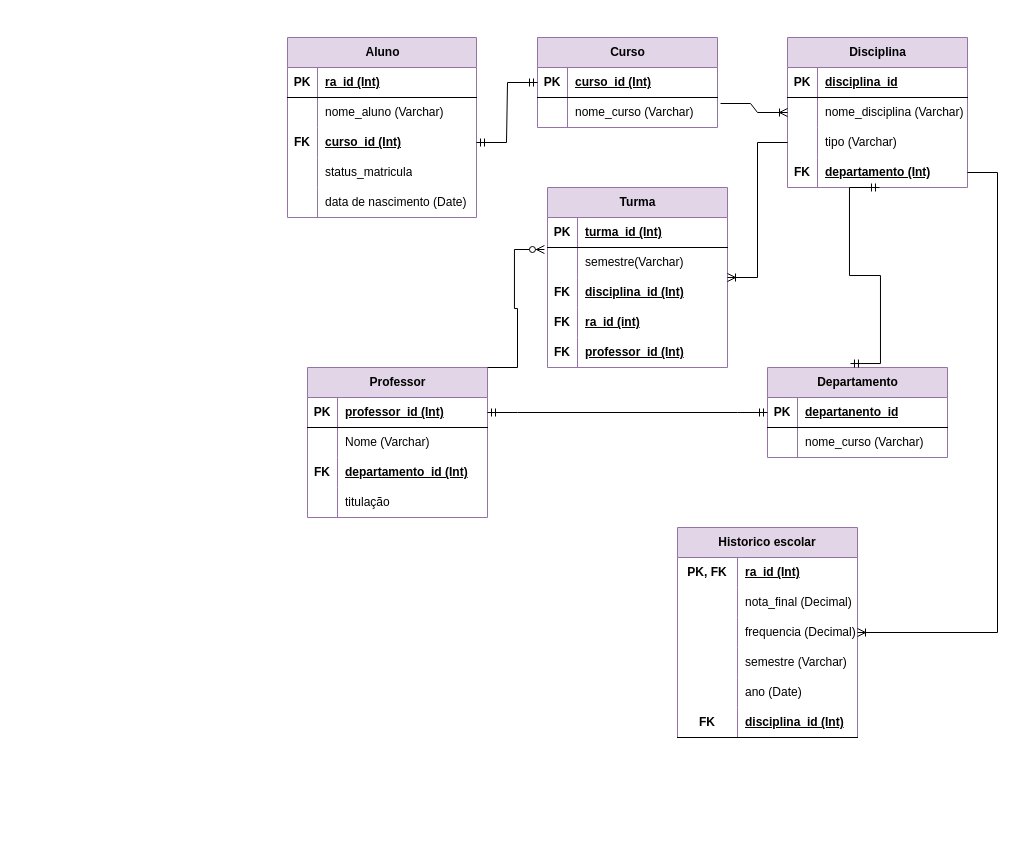
Before: faculdadebd.drawio in Laraewellen/Banco-de-dados-teste, a draw.io diagram. Source tidied: cells renumbered, new cells numbered last; positions are measured from the earlier drawing's top-left corner, leaving out a move shared by most shapes. Both pictures are drawn from the tidied source at 100%, with x=0, y=0 at pixel (287, 37).
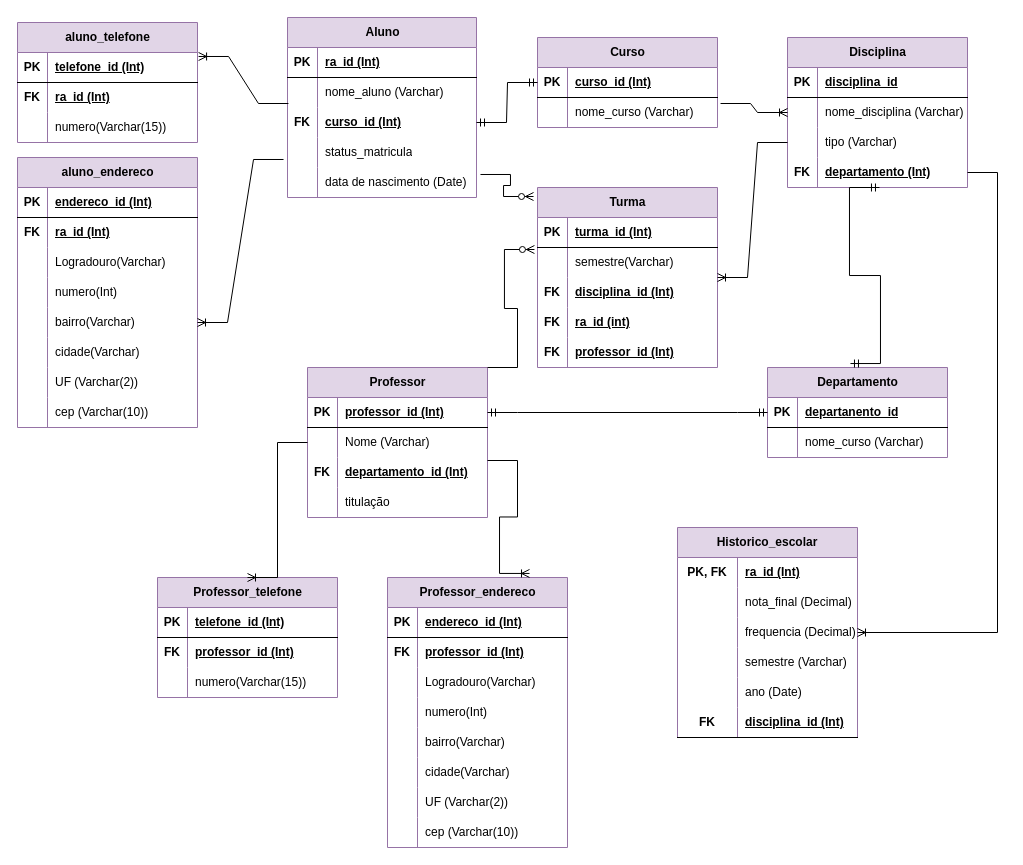
After the change.

Unchanged cells that the change refers to:
```xml
<mxCell id="9" style="shape=tableRow;horizontal=0;startSize=0;swimlaneHead=0;swimlaneBody=0;fillColor=none;points=[[0,0.5],[1,0.5]];portConstraint=eastwest;top=0;left=0;right=0;bottom=0;" parent="2" vertex="1">
  <mxGeometry y="90" width="189" height="30" as="geometry" />
</mxCell>
<mxCell id="12" style="shape=tableRow;horizontal=0;startSize=0;swimlaneHead=0;swimlaneBody=0;fillColor=none;points=[[0,0.5],[1,0.5]];portConstraint=eastwest;top=0;left=0;right=0;bottom=0;" parent="2" vertex="1">
  <mxGeometry y="120" width="189" height="30" as="geometry" />
</mxCell>
<mxCell id="15" style="shape=tableRow;horizontal=0;startSize=0;swimlaneHead=0;swimlaneBody=0;fillColor=none;points=[[0,0.5],[1,0.5]];portConstraint=eastwest;top=0;left=0;right=0;bottom=0;" parent="2" vertex="1">
  <mxGeometry y="150" width="189" height="30" as="geometry" />
</mxCell>
<mxCell id="68" style="shape=tableRow;horizontal=0;startSize=0;swimlaneHead=0;swimlaneBody=0;fillColor=none;points=[[0,0.5],[1,0.5]];portConstraint=eastwest;top=0;left=0;right=0;bottom=0;" parent="64" vertex="1">
  <mxGeometry y="60" width="180" height="30" as="geometry" />
</mxCell>
<mxCell id="71" style="shape=tableRow;horizontal=0;startSize=0;swimlaneHead=0;swimlaneBody=0;fillColor=none;points=[[0,0.5],[1,0.5]];portConstraint=eastwest;top=0;left=0;right=0;bottom=0;" parent="64" vertex="1">
  <mxGeometry y="90" width="180" height="30" as="geometry" />
</mxCell>
```

Change to the diagram source:
```diff
@@
     <mxCell id="2" value="Aluno" style="shape=table;startSize=30;childLayout=tableLayout;rowLines=0;fontStyle=1;align=center;html=1;fillColor=#e1d5e7;strokeColor=#9673a6;" parent="1" vertex="1">
-      <mxGeometry width="189" height="180" as="geometry" />
+      <mxGeometry y="-20" width="189" height="180" as="geometry" />
     </mxCell>
@@
-    <mxCell id="38" value="Historico escolar" style="shape=table;startSize=30;childLayout=tableLayout;rowLines=0;fontStyle=1;align=center;html=1;whiteSpace=wrap;fillColor=#e1d5e7;strokeColor=#9673a6;" parent="1" vertex="1">
+    <mxCell id="38" value="Historico_escolar" style="shape=table;startSize=30;childLayout=tableLayout;rowLines=0;fontStyle=1;align=center;html=1;whiteSpace=wrap;fillColor=#e1d5e7;strokeColor=#9673a6;" parent="1" vertex="1">
       <mxGeometry x="390" y="490" width="180" height="210" as="geometry" />
     </mxCell>
@@
     <mxCell id="77" value="Turma" style="shape=table;startSize=30;childLayout=tableLayout;rowLines=0;fontStyle=1;align=center;html=1;fillColor=#e1d5e7;strokeColor=#9673a6;" parent="1" vertex="1">
-      <mxGeometry x="260" y="150" width="180" height="180" as="geometry" />
+      <mxGeometry x="250" y="150" width="180" height="180" as="geometry" />
     </mxCell>
@@
+    <mxCell id="100" style="edgeStyle=entityRelationEdgeStyle;fontSize=12;html=1;endArrow=ERzeroToMany;endFill=1;rounded=0;exitX=1.021;exitY=0.233;exitDx=0;exitDy=0;exitPerimeter=0;entryX=-0.022;entryY=0.05;entryDx=0;entryDy=0;entryPerimeter=0;" parent="1" edge="1" source="15" target="77">
+      <mxGeometry relative="1" as="geometry">
+        <Array as="points">
+          <mxPoint x="210" y="190" />
+          <mxPoint x="200" y="190" />
+          <mxPoint x="210" y="190" />
+          <mxPoint x="200" y="180" />
+          <mxPoint x="210" y="190" />
+          <mxPoint x="240" y="180" />
+        </Array>
+      </mxGeometry>
+    </mxCell>
+    <mxCell id="101" value="Professor_telefone" style="shape=table;startSize=30;childLayout=tableLayout;rowLines=0;fontStyle=1;align=center;html=1;fillColor=#e1d5e7;strokeColor=#9673a6;" parent="1" vertex="1">
+      <mxGeometry x="-130" y="540" width="180" height="120" as="geometry" />
+    </mxCell>
+    <mxCell id="102" style="shape=tableRow;horizontal=0;startSize=0;swimlaneHead=0;swimlaneBody=0;fillColor=none;top=0;left=0;right=0;bottom=1;" parent="101" vertex="1">
+      <mxGeometry y="30" width="180" height="30" as="geometry" />
+    </mxCell>
+    <mxCell id="103" value="PK" style="shape=partialRectangle;fillColor=none;top=0;left=0;bottom=0;right=0;fontStyle=1;overflow=hidden;whiteSpace=wrap;html=1;" parent="102" vertex="1">
+      <mxGeometry width="30" height="30" as="geometry" />
+    </mxCell>
+    <mxCell id="104" value="telefone_id (Int)" style="shape=partialRectangle;fillColor=none;top=0;left=0;bottom=0;right=0;align=left;spacingLeft=6;fontStyle=5;overflow=hidden;whiteSpace=wrap;html=1;" parent="102" vertex="1">
+      <mxGeometry x="30" width="150" height="30" as="geometry" />
+    </mxCell>
+    <mxCell id="105" style="shape=tableRow;horizontal=0;startSize=0;swimlaneHead=0;swimlaneBody=0;fillColor=none;top=0;left=0;right=0;bottom=0;" parent="101" vertex="1">
+      <mxGeometry y="60" width="180" height="30" as="geometry" />
+    </mxCell>
+    <mxCell id="106" value="&lt;b&gt;FK&lt;/b&gt;" style="shape=partialRectangle;fillColor=none;top=0;left=0;bottom=0;right=0;overflow=hidden;whiteSpace=wrap;html=1;" parent="105" vertex="1">
+      <mxGeometry width="30" height="30" as="geometry" />
+    </mxCell>
+    <mxCell id="107" value="&lt;span style=&quot;font-weight: 700; text-decoration-line: underline;&quot;&gt;professor_id (Int)&lt;/span&gt;" style="shape=partialRectangle;fillColor=none;top=0;left=0;bottom=0;right=0;align=left;spacingLeft=6;overflow=hidden;whiteSpace=wrap;html=1;" parent="105" vertex="1">
+      <mxGeometry x="30" width="150" height="30" as="geometry" />
+    </mxCell>
+    <mxCell id="108" style="shape=tableRow;horizontal=0;startSize=0;swimlaneHead=0;swimlaneBody=0;fillColor=none;top=0;left=0;right=0;bottom=0;" parent="101" vertex="1">
+      <mxGeometry y="90" width="180" height="30" as="geometry" />
+    </mxCell>
+    <mxCell id="109" style="shape=partialRectangle;fillColor=none;top=0;left=0;bottom=0;right=0;overflow=hidden;whiteSpace=wrap;html=1;" parent="108" vertex="1">
+      <mxGeometry width="30" height="30" as="geometry" />
+    </mxCell>
+    <mxCell id="110" value="numero(Varchar(15))" style="shape=partialRectangle;fillColor=none;top=0;left=0;bottom=0;right=0;align=left;spacingLeft=6;overflow=hidden;whiteSpace=wrap;html=1;" parent="108" vertex="1">
+      <mxGeometry x="30" width="150" height="30" as="geometry" />
+    </mxCell>
+    <mxCell id="111" value="Professor_endereco" style="shape=table;startSize=30;childLayout=tableLayout;rowLines=0;fontStyle=1;align=center;html=1;fillColor=#e1d5e7;strokeColor=#9673a6;" parent="1" vertex="1">
+      <mxGeometry x="100" y="540" width="180" height="270" as="geometry" />
+    </mxCell>
+    <mxCell id="112" style="shape=tableRow;horizontal=0;startSize=0;swimlaneHead=0;swimlaneBody=0;fillColor=none;top=0;left=0;right=0;bottom=1;" parent="111" vertex="1">
+      <mxGeometry y="30" width="180" height="30" as="geometry" />
+    </mxCell>
+    <mxCell id="113" value="PK" style="shape=partialRectangle;fillColor=none;top=0;left=0;bottom=0;right=0;fontStyle=1;overflow=hidden;whiteSpace=wrap;html=1;" parent="112" vertex="1">
+      <mxGeometry width="30" height="30" as="geometry" />
+    </mxCell>
+    <mxCell id="114" value="endereco_id (Int)" style="shape=partialRectangle;fillColor=none;top=0;left=0;bottom=0;right=0;align=left;spacingLeft=6;fontStyle=5;overflow=hidden;whiteSpace=wrap;html=1;" parent="112" vertex="1">
+      <mxGeometry x="30" width="150" height="30" as="geometry" />
+    </mxCell>
+    <mxCell id="115" style="shape=tableRow;horizontal=0;startSize=0;swimlaneHead=0;swimlaneBody=0;fillColor=none;top=0;left=0;right=0;bottom=0;" parent="111" vertex="1">
+      <mxGeometry y="60" width="180" height="30" as="geometry" />
+    </mxCell>
+    <mxCell id="116" value="&lt;b&gt;FK&lt;/b&gt;" style="shape=partialRectangle;fillColor=none;top=0;left=0;bottom=0;right=0;overflow=hidden;whiteSpace=wrap;html=1;" parent="115" vertex="1">
+      <mxGeometry width="30" height="30" as="geometry" />
+    </mxCell>
+    <mxCell id="117" value="&lt;span style=&quot;font-weight: 700; text-decoration-line: underline;&quot;&gt;professor_id (Int)&lt;/span&gt;" style="shape=partialRectangle;fillColor=none;top=0;left=0;bottom=0;right=0;align=left;spacingLeft=6;overflow=hidden;whiteSpace=wrap;html=1;" parent="115" vertex="1">
+      <mxGeometry x="30" width="150" height="30" as="geometry" />
+    </mxCell>
+    <mxCell id="118" style="shape=tableRow;horizontal=0;startSize=0;swimlaneHead=0;swimlaneBody=0;fillColor=none;top=0;left=0;right=0;bottom=0;" parent="111" vertex="1">
+      <mxGeometry y="90" width="180" height="30" as="geometry" />
+    </mxCell>
+    <mxCell id="119" style="shape=partialRectangle;fillColor=none;top=0;left=0;bottom=0;right=0;overflow=hidden;whiteSpace=wrap;html=1;" parent="118" vertex="1">
+      <mxGeometry width="30" height="30" as="geometry" />
+    </mxCell>
+    <mxCell id="120" value="Logradouro(Varchar)" style="shape=partialRectangle;fillColor=none;top=0;left=0;bottom=0;right=0;align=left;spacingLeft=6;overflow=hidden;whiteSpace=wrap;html=1;" parent="118" vertex="1">
+      <mxGeometry x="30" width="150" height="30" as="geometry" />
+    </mxCell>
+    <mxCell id="121" style="shape=tableRow;horizontal=0;startSize=0;swimlaneHead=0;swimlaneBody=0;fillColor=none;top=0;left=0;right=0;bottom=0;" parent="111" vertex="1">
+      <mxGeometry y="120" width="180" height="30" as="geometry" />
+    </mxCell>
+    <mxCell id="122" style="shape=partialRectangle;fillColor=none;top=0;left=0;bottom=0;right=0;overflow=hidden;whiteSpace=wrap;html=1;" parent="121" vertex="1">
+      <mxGeometry width="30" height="30" as="geometry" />
+    </mxCell>
+    <mxCell id="123" value="numero(Int)" style="shape=partialRectangle;fillColor=none;top=0;left=0;bottom=0;right=0;align=left;spacingLeft=6;overflow=hidden;whiteSpace=wrap;html=1;" parent="121" vertex="1">
+      <mxGeometry x="30" width="150" height="30" as="geometry" />
+    </mxCell>
+    <mxCell id="124" style="shape=tableRow;horizontal=0;startSize=0;swimlaneHead=0;swimlaneBody=0;fillColor=none;top=0;left=0;right=0;bottom=0;" parent="111" vertex="1">
+      <mxGeometry y="150" width="180" height="30" as="geometry" />
+    </mxCell>
+    <mxCell id="125" style="shape=partialRectangle;fillColor=none;top=0;left=0;bottom=0;right=0;overflow=hidden;whiteSpace=wrap;html=1;" parent="124" vertex="1">
+      <mxGeometry width="30" height="30" as="geometry" />
+    </mxCell>
+    <mxCell id="126" value="bairro(Varchar)" style="shape=partialRectangle;fillColor=none;top=0;left=0;bottom=0;right=0;align=left;spacingLeft=6;overflow=hidden;whiteSpace=wrap;html=1;" parent="124" vertex="1">
+      <mxGeometry x="30" width="150" height="30" as="geometry" />
+    </mxCell>
+    <mxCell id="127" style="shape=tableRow;horizontal=0;startSize=0;swimlaneHead=0;swimlaneBody=0;fillColor=none;top=0;left=0;right=0;bottom=0;" parent="111" vertex="1">
+      <mxGeometry y="180" width="180" height="30" as="geometry" />
+    </mxCell>
+    <mxCell id="128" style="shape=partialRectangle;fillColor=none;top=0;left=0;bottom=0;right=0;overflow=hidden;whiteSpace=wrap;html=1;" parent="127" vertex="1">
+      <mxGeometry width="30" height="30" as="geometry" />
+    </mxCell>
+    <mxCell id="129" value="cidade(Varchar)" style="shape=partialRectangle;fillColor=none;top=0;left=0;bottom=0;right=0;align=left;spacingLeft=6;overflow=hidden;whiteSpace=wrap;html=1;" parent="127" vertex="1">
+      <mxGeometry x="30" width="150" height="30" as="geometry" />
+    </mxCell>
+    <mxCell id="130" style="shape=tableRow;horizontal=0;startSize=0;swimlaneHead=0;swimlaneBody=0;fillColor=none;top=0;left=0;right=0;bottom=0;" parent="111" vertex="1">
+      <mxGeometry y="210" width="180" height="30" as="geometry" />
+    </mxCell>
+    <mxCell id="131" style="shape=partialRectangle;fillColor=none;top=0;left=0;bottom=0;right=0;overflow=hidden;whiteSpace=wrap;html=1;" parent="130" vertex="1">
+      <mxGeometry width="30" height="30" as="geometry" />
+    </mxCell>
+    <mxCell id="132" value="UF (Varchar(2))" style="shape=partialRectangle;fillColor=none;top=0;left=0;bottom=0;right=0;align=left;spacingLeft=6;overflow=hidden;whiteSpace=wrap;html=1;" parent="130" vertex="1">
+      <mxGeometry x="30" width="150" height="30" as="geometry" />
+    </mxCell>
+    <mxCell id="133" style="shape=tableRow;horizontal=0;startSize=0;swimlaneHead=0;swimlaneBody=0;fillColor=none;top=0;left=0;right=0;bottom=0;" parent="111" vertex="1">
+      <mxGeometry y="240" width="180" height="30" as="geometry" />
+    </mxCell>
+    <mxCell id="134" style="shape=partialRectangle;fillColor=none;top=0;left=0;bottom=0;right=0;overflow=hidden;whiteSpace=wrap;html=1;" parent="133" vertex="1">
+      <mxGeometry width="30" height="30" as="geometry" />
+    </mxCell>
+    <mxCell id="135" value="cep (Varchar(10))" style="shape=partialRectangle;fillColor=none;top=0;left=0;bottom=0;right=0;align=left;spacingLeft=6;overflow=hidden;whiteSpace=wrap;html=1;" parent="133" vertex="1">
+      <mxGeometry x="30" width="150" height="30" as="geometry" />
+    </mxCell>
+    <mxCell id="136" style="edgeStyle=entityRelationEdgeStyle;fontSize=12;html=1;endArrow=ERoneToMany;rounded=0;exitX=0;exitY=0.5;exitDx=0;exitDy=0;entryX=0.5;entryY=0;entryDx=0;entryDy=0;" parent="1" edge="1" source="68" target="101">
+      <mxGeometry relative="1" as="geometry">
+        <Array as="points">
+          <mxPoint x="-40" y="330" />
+          <mxPoint x="-10" y="420" />
+          <mxPoint x="-20" y="390" />
+        </Array>
+      </mxGeometry>
+    </mxCell>
+    <mxCell id="137" style="edgeStyle=entityRelationEdgeStyle;fontSize=12;html=1;endArrow=ERoneToMany;rounded=0;exitX=1;exitY=0.1;exitDx=0;exitDy=0;entryX=0.789;entryY=-0.015;entryDx=0;entryDy=0;exitPerimeter=0;entryPerimeter=0;" parent="1" edge="1" source="71" target="111">
+      <mxGeometry relative="1" as="geometry">
+        <Array as="points">
+          <mxPoint x="170" y="355" />
+          <mxPoint x="200" y="445" />
+          <mxPoint x="190" y="415" />
+        </Array>
+      </mxGeometry>
+    </mxCell>
+    <mxCell id="138" value="aluno_telefone" style="shape=table;startSize=30;childLayout=tableLayout;rowLines=0;fontStyle=1;align=center;html=1;fillColor=#e1d5e7;strokeColor=#9673a6;" parent="1" vertex="1">
+      <mxGeometry x="-270" y="-15" width="180" height="120" as="geometry" />
+    </mxCell>
+    <mxCell id="139" style="shape=tableRow;horizontal=0;startSize=0;swimlaneHead=0;swimlaneBody=0;fillColor=none;points=[[0,0.5],[1,0.5]];portConstraint=eastwest;top=0;left=0;right=0;bottom=1;" parent="138" vertex="1">
+      <mxGeometry y="30" width="180" height="30" as="geometry" />
+    </mxCell>
+    <mxCell id="140" value="PK" style="shape=partialRectangle;fillColor=none;top=0;left=0;bottom=0;right=0;fontStyle=1;overflow=hidden;whiteSpace=wrap;html=1;" parent="139" vertex="1">
+      <mxGeometry width="30" height="30" as="geometry" />
+    </mxCell>
+    <mxCell id="141" value="telefone_id (Int)" style="shape=partialRectangle;fillColor=none;top=0;left=0;bottom=0;right=0;align=left;spacingLeft=6;fontStyle=5;overflow=hidden;whiteSpace=wrap;html=1;" parent="139" vertex="1">
+      <mxGeometry x="30" width="150" height="30" as="geometry" />
+    </mxCell>
+    <mxCell id="142" style="shape=tableRow;horizontal=0;startSize=0;swimlaneHead=0;swimlaneBody=0;fillColor=none;top=0;left=0;right=0;bottom=0;" parent="138" vertex="1">
+      <mxGeometry y="60" width="180" height="30" as="geometry" />
+    </mxCell>
+    <mxCell id="143" value="&lt;b&gt;FK&lt;/b&gt;" style="shape=partialRectangle;fillColor=none;top=0;left=0;bottom=0;right=0;overflow=hidden;whiteSpace=wrap;html=1;" parent="142" vertex="1">
+      <mxGeometry width="30" height="30" as="geometry" />
+    </mxCell>
+    <mxCell id="144" value="&lt;span style=&quot;font-weight: 700; text-decoration-line: underline;&quot;&gt;ra_id (Int)&lt;/span&gt;" style="shape=partialRectangle;fillColor=none;top=0;left=0;bottom=0;right=0;align=left;spacingLeft=6;overflow=hidden;whiteSpace=wrap;html=1;" parent="142" vertex="1">
+      <mxGeometry x="30" width="150" height="30" as="geometry" />
+    </mxCell>
+    <mxCell id="145" style="shape=tableRow;horizontal=0;startSize=0;swimlaneHead=0;swimlaneBody=0;fillColor=none;top=0;left=0;right=0;bottom=0;" parent="138" vertex="1">
+      <mxGeometry y="90" width="180" height="30" as="geometry" />
+    </mxCell>
+    <mxCell id="146" style="shape=partialRectangle;fillColor=none;top=0;left=0;bottom=0;right=0;overflow=hidden;whiteSpace=wrap;html=1;" parent="145" vertex="1">
+      <mxGeometry width="30" height="30" as="geometry" />
+    </mxCell>
+    <mxCell id="147" value="numero(Varchar(15))" style="shape=partialRectangle;fillColor=none;top=0;left=0;bottom=0;right=0;align=left;spacingLeft=6;overflow=hidden;whiteSpace=wrap;html=1;" parent="145" vertex="1">
+      <mxGeometry x="30" width="150" height="30" as="geometry" />
+    </mxCell>
+    <mxCell id="148" value="aluno_endereco" style="shape=table;startSize=30;childLayout=tableLayout;rowLines=0;fontStyle=1;align=center;html=1;fillColor=#e1d5e7;strokeColor=#9673a6;" parent="1" vertex="1">
+      <mxGeometry x="-270" y="120" width="180" height="270" as="geometry" />
+    </mxCell>
+    <mxCell id="149" style="shape=tableRow;horizontal=0;startSize=0;swimlaneHead=0;swimlaneBody=0;fillColor=none;top=0;left=0;right=0;bottom=1;" parent="148" vertex="1">
+      <mxGeometry y="30" width="180" height="30" as="geometry" />
+    </mxCell>
+    <mxCell id="150" value="PK" style="shape=partialRectangle;fillColor=none;top=0;left=0;bottom=0;right=0;fontStyle=1;overflow=hidden;whiteSpace=wrap;html=1;" parent="149" vertex="1">
+      <mxGeometry width="30" height="30" as="geometry" />
+    </mxCell>
+    <mxCell id="151" value="endereco_id (Int)" style="shape=partialRectangle;fillColor=none;top=0;left=0;bottom=0;right=0;align=left;spacingLeft=6;fontStyle=5;overflow=hidden;whiteSpace=wrap;html=1;" parent="149" vertex="1">
+      <mxGeometry x="30" width="150" height="30" as="geometry" />
+    </mxCell>
+    <mxCell id="152" style="shape=tableRow;horizontal=0;startSize=0;swimlaneHead=0;swimlaneBody=0;fillColor=none;top=0;left=0;right=0;bottom=0;" parent="148" vertex="1">
+      <mxGeometry y="60" width="180" height="30" as="geometry" />
+    </mxCell>
+    <mxCell id="153" value="&lt;b&gt;FK&lt;/b&gt;" style="shape=partialRectangle;fillColor=none;top=0;left=0;bottom=0;right=0;overflow=hidden;whiteSpace=wrap;html=1;" parent="152" vertex="1">
+      <mxGeometry width="30" height="30" as="geometry" />
+    </mxCell>
+    <mxCell id="154" value="&lt;span style=&quot;font-weight: 700; text-decoration-line: underline;&quot;&gt;ra_id (Int)&lt;/span&gt;" style="shape=partialRectangle;fillColor=none;top=0;left=0;bottom=0;right=0;align=left;spacingLeft=6;overflow=hidden;whiteSpace=wrap;html=1;" parent="152" vertex="1">
+      <mxGeometry x="30" width="150" height="30" as="geometry" />
+    </mxCell>
+    <mxCell id="155" style="shape=tableRow;horizontal=0;startSize=0;swimlaneHead=0;swimlaneBody=0;fillColor=none;top=0;left=0;right=0;bottom=0;" parent="148" vertex="1">
+      <mxGeometry y="90" width="180" height="30" as="geometry" />
+    </mxCell>
+    <mxCell id="156" style="shape=partialRectangle;fillColor=none;top=0;left=0;bottom=0;right=0;overflow=hidden;whiteSpace=wrap;html=1;" parent="155" vertex="1">
+      <mxGeometry width="30" height="30" as="geometry" />
+    </mxCell>
+    <mxCell id="157" value="Logradouro(Varchar)" style="shape=partialRectangle;fillColor=none;top=0;left=0;bottom=0;right=0;align=left;spacingLeft=6;overflow=hidden;whiteSpace=wrap;html=1;" parent="155" vertex="1">
+      <mxGeometry x="30" width="150" height="30" as="geometry" />
+    </mxCell>
+    <mxCell id="158" style="shape=tableRow;horizontal=0;startSize=0;swimlaneHead=0;swimlaneBody=0;fillColor=none;top=0;left=0;right=0;bottom=0;" parent="148" vertex="1">
+      <mxGeometry y="120" width="180" height="30" as="geometry" />
+    </mxCell>
+    <mxCell id="159" style="shape=partialRectangle;fillColor=none;top=0;left=0;bottom=0;right=0;overflow=hidden;whiteSpace=wrap;html=1;" parent="158" vertex="1">
+      <mxGeometry width="30" height="30" as="geometry" />
+    </mxCell>
+    <mxCell id="160" value="numero(Int)" style="shape=partialRectangle;fillColor=none;top=0;left=0;bottom=0;right=0;align=left;spacingLeft=6;overflow=hidden;whiteSpace=wrap;html=1;" parent="158" vertex="1">
+      <mxGeometry x="30" width="150" height="30" as="geometry" />
+    </mxCell>
+    <mxCell id="161" style="shape=tableRow;horizontal=0;startSize=0;swimlaneHead=0;swimlaneBody=0;fillColor=none;points=[[0,0.5],[1,0.5]];portConstraint=eastwest;top=0;left=0;right=0;bottom=0;" parent="148" vertex="1">
+      <mxGeometry y="150" width="180" height="30" as="geometry" />
+    </mxCell>
+    <mxCell id="162" style="shape=partialRectangle;fillColor=none;top=0;left=0;bottom=0;right=0;overflow=hidden;whiteSpace=wrap;html=1;" parent="161" vertex="1">
+      <mxGeometry width="30" height="30" as="geometry" />
+    </mxCell>
+    <mxCell id="163" value="bairro(Varchar)" style="shape=partialRectangle;fillColor=none;top=0;left=0;bottom=0;right=0;align=left;spacingLeft=6;overflow=hidden;whiteSpace=wrap;html=1;" parent="161" vertex="1">
+      <mxGeometry x="30" width="150" height="30" as="geometry" />
+    </mxCell>
+    <mxCell id="164" style="shape=tableRow;horizontal=0;startSize=0;swimlaneHead=0;swimlaneBody=0;fillColor=none;top=0;left=0;right=0;bottom=0;" parent="148" vertex="1">
+      <mxGeometry y="180" width="180" height="30" as="geometry" />
+    </mxCell>
+    <mxCell id="165" style="shape=partialRectangle;fillColor=none;top=0;left=0;bottom=0;right=0;overflow=hidden;whiteSpace=wrap;html=1;" parent="164" vertex="1">
+      <mxGeometry width="30" height="30" as="geometry" />
+    </mxCell>
+    <mxCell id="166" value="cidade(Varchar)" style="shape=partialRectangle;fillColor=none;top=0;left=0;bottom=0;right=0;align=left;spacingLeft=6;overflow=hidden;whiteSpace=wrap;html=1;" parent="164" vertex="1">
+      <mxGeometry x="30" width="150" height="30" as="geometry" />
+    </mxCell>
+    <mxCell id="167" style="shape=tableRow;horizontal=0;startSize=0;swimlaneHead=0;swimlaneBody=0;fillColor=none;top=0;left=0;right=0;bottom=0;" parent="148" vertex="1">
+      <mxGeometry y="210" width="180" height="30" as="geometry" />
+    </mxCell>
+    <mxCell id="168" style="shape=partialRectangle;fillColor=none;top=0;left=0;bottom=0;right=0;overflow=hidden;whiteSpace=wrap;html=1;" parent="167" vertex="1">
+      <mxGeometry width="30" height="30" as="geometry" />
+    </mxCell>
+    <mxCell id="169" value="UF (Varchar(2))" style="shape=partialRectangle;fillColor=none;top=0;left=0;bottom=0;right=0;align=left;spacingLeft=6;overflow=hidden;whiteSpace=wrap;html=1;" parent="167" vertex="1">
+      <mxGeometry x="30" width="150" height="30" as="geometry" />
+    </mxCell>
+    <mxCell id="170" style="shape=tableRow;horizontal=0;startSize=0;swimlaneHead=0;swimlaneBody=0;fillColor=none;top=0;left=0;right=0;bottom=0;" parent="148" vertex="1">
+      <mxGeometry y="240" width="180" height="30" as="geometry" />
+    </mxCell>
+    <mxCell id="171" style="shape=partialRectangle;fillColor=none;top=0;left=0;bottom=0;right=0;overflow=hidden;whiteSpace=wrap;html=1;" parent="170" vertex="1">
+      <mxGeometry width="30" height="30" as="geometry" />
+    </mxCell>
+    <mxCell id="172" value="cep (Varchar(10))" style="shape=partialRectangle;fillColor=none;top=0;left=0;bottom=0;right=0;align=left;spacingLeft=6;overflow=hidden;whiteSpace=wrap;html=1;" parent="170" vertex="1">
+      <mxGeometry x="30" width="150" height="30" as="geometry" />
+    </mxCell>
+    <mxCell id="173" style="edgeStyle=entityRelationEdgeStyle;fontSize=12;html=1;endArrow=ERoneToMany;rounded=0;exitX=0.005;exitY=-0.133;exitDx=0;exitDy=0;exitPerimeter=0;entryX=1.006;entryY=0.133;entryDx=0;entryDy=0;entryPerimeter=0;" parent="1" edge="1" source="9" target="139">
+      <mxGeometry relative="1" as="geometry" />
+    </mxCell>
+    <mxCell id="174" style="edgeStyle=entityRelationEdgeStyle;fontSize=12;html=1;endArrow=ERoneToMany;rounded=0;exitX=-0.021;exitY=0.733;exitDx=0;exitDy=0;exitPerimeter=0;entryX=1;entryY=0.5;entryDx=0;entryDy=0;" parent="1" edge="1" source="12" target="161">
+      <mxGeometry relative="1" as="geometry">
+        <Array as="points">
+          <mxPoint x="-30" y="210" />
+        </Array>
+      </mxGeometry>
+    </mxCell>
```
